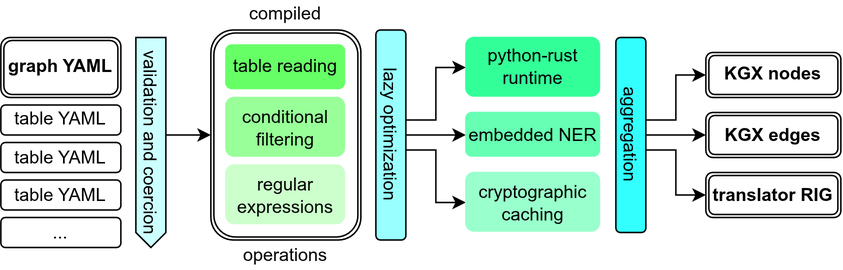
Above: paper/figures/tablassert-simplified.drawio.png in SkyeAv/Tablassert (draw.io), before the change. Source tidied: cells renumbered, new cells last; positions are measured from the earlier drawing's top-left corner, leaving out a move shared by most shapes.
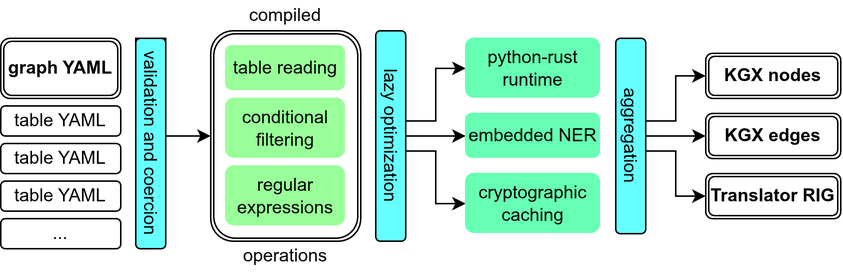
Later version of the same file.

Commit message:
fix: made figure clearer

Diff of the diagram source:
```diff
@@ -17,7 +17,7 @@
     <mxCell id="6" style="edgeStyle=orthogonalEdgeStyle;rounded=1;jettySize=auto;html=1;exitX=0;exitY=0;exitDx=65;exitDy=0;exitPerimeter=0;entryX=0;entryY=0.5;entryDx=0;entryDy=0;" parent="1" edge="1" source="7" target="9">
       <mxGeometry relative="1" as="geometry" />
     </mxCell>
-    <mxCell id="7" value="validation and coercion" style="html=1;shadow=0;dashed=0;align=center;verticalAlign=middle;shape=mxgraph.arrows2.arrow;dy=0;dx=10;notch=0;rotation=90;fillColor=#CCFFFF;rounded=1;" parent="1" vertex="1">
+    <mxCell id="7" value="validation and coercion" style="html=1;align=center;verticalAlign=middle;shape=mxgraph.arrows2.arrow;dy=0;dx=10;notch=0;rotation=90;fillColor=#66FFFF;rounded=1;strokeColor=default;fontFamily=Helvetica;fontSize=12;fontColor=default;" parent="1" vertex="1">
       <mxGeometry x="30" y="85" width="140" height="20" as="geometry" />
     </mxCell>
     <mxCell id="8" value="..." style="rounded=1;whiteSpace=wrap;html=1;strokeColor=default;align=center;verticalAlign=middle;fontFamily=Helvetica;fontSize=12;fontColor=default;fillColor=default;" parent="1" vertex="1">
@@ -29,13 +29,13 @@
     <mxCell id="10" value="compiled" style="text;html=1;whiteSpace=wrap;strokeColor=none;fillColor=none;align=center;verticalAlign=middle;rounded=1;" parent="1" vertex="1">
       <mxGeometry x="160" width="60" height="20" as="geometry" />
     </mxCell>
-    <mxCell id="11" value="table reading" style="rounded=1;whiteSpace=wrap;html=1;strokeColor=none;align=center;verticalAlign=middle;fontFamily=Helvetica;fontSize=12;fontColor=default;fillColor=#66FF66;" parent="1" vertex="1">
+    <mxCell id="11" value="table reading" style="rounded=1;whiteSpace=wrap;html=1;strokeColor=none;align=center;verticalAlign=middle;fontFamily=Helvetica;fontSize=12;fontColor=default;fillColor=#99FF99;" parent="1" vertex="1">
       <mxGeometry x="150" y="30" width="80" height="30" as="geometry" />
     </mxCell>
     <mxCell id="12" value="conditional filtering" style="rounded=1;whiteSpace=wrap;html=1;strokeColor=none;align=center;verticalAlign=middle;fontFamily=Helvetica;fontSize=12;fontColor=default;fillColor=#99FF99;" parent="1" vertex="1">
       <mxGeometry x="150" y="65" width="80" height="40" as="geometry" />
     </mxCell>
-    <mxCell id="13" value="regular expressions" style="rounded=1;whiteSpace=wrap;html=1;strokeColor=none;align=center;verticalAlign=middle;fontFamily=Helvetica;fontSize=12;fontColor=default;fillColor=#CCFFCC;" parent="1" vertex="1">
+    <mxCell id="13" value="regular expressions" style="rounded=1;whiteSpace=wrap;html=1;strokeColor=none;align=center;verticalAlign=middle;fontFamily=Helvetica;fontSize=12;fontColor=default;fillColor=#99FF99;" parent="1" vertex="1">
       <mxGeometry x="150" y="110" width="80" height="40" as="geometry" />
     </mxCell>
     <mxCell id="14" style="edgeStyle=orthogonalEdgeStyle;rounded=1;jettySize=auto;html=1;entryX=0;entryY=0.5;entryDx=0;entryDy=0;" parent="1" edge="1" source="17" target="20">
@@ -59,19 +59,19 @@
         </Array>
       </mxGeometry>
     </mxCell>
-    <mxCell id="17" value="lazy optimization" style="rounded=1;whiteSpace=wrap;html=1;rotation=90;fillColor=#99FFFF;" parent="1" vertex="1">
+    <mxCell id="17" value="lazy optimization" style="rounded=1;whiteSpace=wrap;html=1;rotation=90;fillColor=#66FFFF;" parent="1" vertex="1">
       <mxGeometry x="190" y="80" width="140" height="20" as="geometry" />
     </mxCell>
     <mxCell id="18" value="operations" style="text;html=1;whiteSpace=wrap;strokeColor=none;fillColor=none;align=center;verticalAlign=middle;rounded=1;" parent="1" vertex="1">
       <mxGeometry x="160" y="160" width="60" height="20" as="geometry" />
     </mxCell>
-    <mxCell id="19" value="python-rust runtime" style="rounded=1;whiteSpace=wrap;html=1;strokeColor=none;align=center;verticalAlign=middle;fontFamily=Helvetica;fontSize=12;fontColor=default;fillColor=#33FF99;" parent="1" vertex="1">
+    <mxCell id="19" value="python-rust runtime" style="rounded=1;whiteSpace=wrap;html=1;strokeColor=none;align=center;verticalAlign=middle;fontFamily=Helvetica;fontSize=12;fontColor=default;fillColor=#66FFB3;" parent="1" vertex="1">
       <mxGeometry x="310" y="25" width="90" height="40" as="geometry" />
     </mxCell>
     <mxCell id="20" value="embedded NER" style="rounded=1;whiteSpace=wrap;html=1;strokeColor=none;align=center;verticalAlign=middle;fontFamily=Helvetica;fontSize=12;fontColor=default;fillColor=#66FFB3;" parent="1" vertex="1">
       <mxGeometry x="310" y="75" width="90" height="30" as="geometry" />
     </mxCell>
-    <mxCell id="21" value="cryptographic caching" style="rounded=1;whiteSpace=wrap;html=1;strokeColor=none;align=center;verticalAlign=middle;fontFamily=Helvetica;fontSize=12;fontColor=default;fillColor=#99FFCC;" parent="1" vertex="1">
+    <mxCell id="21" value="cryptographic caching" style="rounded=1;whiteSpace=wrap;html=1;strokeColor=none;align=center;verticalAlign=middle;fontFamily=Helvetica;fontSize=12;fontColor=default;fillColor=#66FFB3;" parent="1" vertex="1">
       <mxGeometry x="310" y="115" width="90" height="40" as="geometry" />
     </mxCell>
     <mxCell id="22" style="edgeStyle=orthogonalEdgeStyle;rounded=1;jettySize=auto;html=1;exitX=0.5;exitY=0;exitDx=0;exitDy=0;entryX=0;entryY=0.5;entryDx=0;entryDy=0;" parent="1" edge="1" source="25" target="27">
@@ -95,7 +95,7 @@
         </Array>
       </mxGeometry>
     </mxCell>
-    <mxCell id="25" value="aggregation" style="rounded=1;whiteSpace=wrap;html=1;rotation=90;fillColor=#33FFFF;" parent="1" vertex="1">
+    <mxCell id="25" value="aggregation" style="rounded=1;whiteSpace=wrap;html=1;rotation=90;fillColor=#66FFFF;" parent="1" vertex="1">
       <mxGeometry x="355" y="80" width="130" height="20" as="geometry" />
     </mxCell>
     <mxCell id="26" value="&lt;b&gt;KGX nodes&lt;/b&gt;" style="shape=ext;double=1;rounded=1;whiteSpace=wrap;html=1;strokeColor=default;align=center;verticalAlign=middle;fontFamily=Helvetica;fontSize=12;fontColor=default;fillColor=default;" parent="1" vertex="1">
@@ -104,8 +104,11 @@
     <mxCell id="27" value="&lt;b&gt;KGX edges&lt;/b&gt;" style="shape=ext;double=1;rounded=1;whiteSpace=wrap;html=1;strokeColor=default;align=center;verticalAlign=middle;fontFamily=Helvetica;fontSize=12;fontColor=default;fillColor=default;" parent="1" vertex="1">
       <mxGeometry x="470" y="75" width="90" height="30" as="geometry" />
     </mxCell>
-    <mxCell id="28" value="&lt;b&gt;translator RIG&lt;/b&gt;" style="shape=ext;double=1;rounded=1;whiteSpace=wrap;html=1;strokeColor=default;align=center;verticalAlign=middle;fontFamily=Helvetica;fontSize=12;fontColor=default;fillColor=default;" parent="1" vertex="1">
+    <mxCell id="28" value="&lt;b&gt;Translator RIG&lt;/b&gt;" style="shape=ext;double=1;rounded=1;whiteSpace=wrap;html=1;strokeColor=default;align=center;verticalAlign=middle;fontFamily=Helvetica;fontSize=12;fontColor=default;fillColor=default;" parent="1" vertex="1">
       <mxGeometry x="470" y="115" width="90" height="30" as="geometry" />
     </mxCell>
+    <mxCell id="29" value="&lt;span style=&quot;white-space: nowrap;&quot;&gt;validation and coercion&lt;/span&gt;" style="rounded=1;whiteSpace=wrap;html=1;rotation=90;fillColor=#66FFFF;" parent="1" vertex="1">
+      <mxGeometry x="30" y="85" width="140" height="20" as="geometry" />
+    </mxCell>
   </root>
 </mxGraphModel>
```
